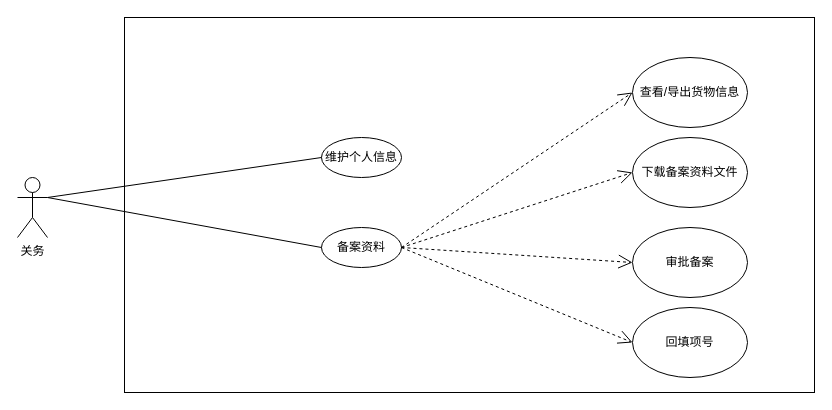
The draw.io diagram page "关务用例图" (10 of 28) of wbooking docs/进区预约系统.drawio in sxc-one/e-conitl, before the edit. Source tidied: cells renumbered, new cells numbered last; positions are measured from the earlier drawing's top-left corner, leaving out a move shared by most shapes. Both pictures are drawn from the tidied source at 100%, with x=0, y=0 at pixel (17, 17).
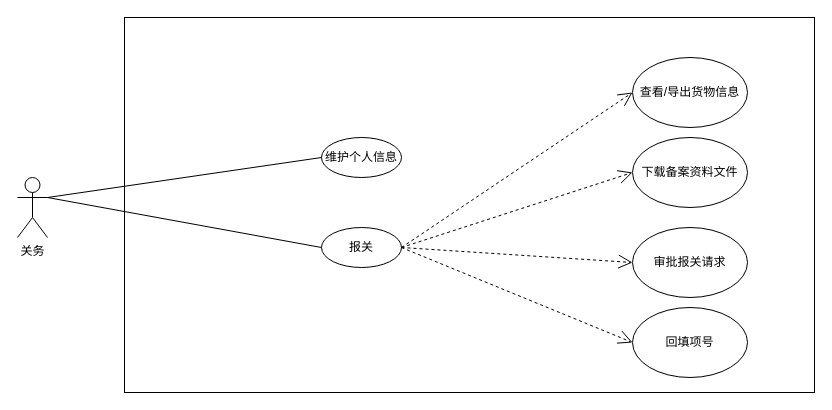
After the change.

What changed in the source:
```diff
@@
 <mxGraphModel>
   <root>
     <mxCell id="0" />
     <mxCell id="1" parent="0" />
     <mxCell id="2" style="html=1;" parent="1" vertex="1">
       <mxGeometry x="107" width="690" height="375" as="geometry" />
     </mxCell>
     <mxCell id="3" value="关务" style="shape=umlActor;verticalLabelPosition=bottom;verticalAlign=top;html=1;" parent="1" vertex="1">
       <mxGeometry y="160" width="30" height="60" as="geometry" />
     </mxCell>
-    <mxCell id="4" value="备案资料" style="ellipse;whiteSpace=wrap;html=1;" parent="1" vertex="1">
+    <mxCell id="4" value="报关" style="ellipse;whiteSpace=wrap;html=1;" parent="1" vertex="1">
       <mxGeometry x="304" y="210" width="80" height="40" as="geometry" />
     </mxCell>
     <mxCell id="5" value="维护个人信息" style="ellipse;whiteSpace=wrap;html=1;" parent="1" vertex="1">
       <mxGeometry x="304" y="120" width="80" height="40" as="geometry" />
     </mxCell>
     <mxCell id="6" value="下载备案资料文件" style="ellipse;whiteSpace=wrap;html=1;" parent="1" vertex="1">
       <mxGeometry x="615" y="120" width="115" height="70" as="geometry" />
     </mxCell>
     <mxCell id="7" style="endArrow=none;html=1;rounded=0;elbow=vertical;entryX=0;entryY=0.5;entryDx=0;entryDy=0;exitX=1;exitY=0.3333333333333333;exitDx=0;exitDy=0;exitPerimeter=0;" parent="1" edge="1" source="3" target="5">
       <mxGeometry relative="1" as="geometry" />
     </mxCell>
     <mxCell id="8" style="endArrow=none;html=1;rounded=0;elbow=vertical;entryX=0;entryY=0.5;entryDx=0;entryDy=0;exitX=1;exitY=0.3333333333333333;exitDx=0;exitDy=0;exitPerimeter=0;" parent="1" edge="1" source="3" target="4">
       <mxGeometry relative="1" as="geometry" />
     </mxCell>
     <mxCell id="9" style="endArrow=open;endSize=12;dashed=1;html=1;rounded=0;elbow=vertical;entryX=0;entryY=0.5;entryDx=0;entryDy=0;exitX=1;exitY=0.5;exitDx=0;exitDy=0;" parent="1" edge="1" source="4" target="6">
       <mxGeometry relative="1" as="geometry" />
     </mxCell>
     <mxCell id="10" value="查看/导出货物信息" style="ellipse;whiteSpace=wrap;html=1;" parent="1" vertex="1">
       <mxGeometry x="615" y="40" width="115" height="70" as="geometry" />
     </mxCell>
     <mxCell id="11" style="endArrow=open;endSize=12;dashed=1;html=1;rounded=0;elbow=vertical;entryX=0;entryY=0.5;entryDx=0;entryDy=0;exitX=1;exitY=0.5;exitDx=0;exitDy=0;" parent="1" edge="1" source="4" target="10">
       <mxGeometry relative="1" as="geometry" />
     </mxCell>
-    <mxCell id="12" value="审批备案" style="ellipse;whiteSpace=wrap;html=1;" parent="1" vertex="1">
+    <mxCell id="12" value="审批报关请求" style="ellipse;whiteSpace=wrap;html=1;" parent="1" vertex="1">
       <mxGeometry x="615" y="210" width="115" height="70" as="geometry" />
     </mxCell>
     <mxCell id="13" style="endArrow=open;endSize=12;dashed=1;html=1;rounded=0;elbow=vertical;entryX=0;entryY=0.5;entryDx=0;entryDy=0;exitX=1;exitY=0.5;exitDx=0;exitDy=0;" parent="1" edge="1" source="4" target="12">
       <mxGeometry relative="1" as="geometry" />
     </mxCell>
     <mxCell id="14" value="回填项号" style="ellipse;whiteSpace=wrap;html=1;" parent="1" vertex="1">
       <mxGeometry x="615" y="290" width="115" height="70" as="geometry" />
     </mxCell>
     <mxCell id="15" style="endArrow=open;endSize=12;dashed=1;html=1;rounded=0;elbow=vertical;entryX=0;entryY=0.5;entryDx=0;entryDy=0;exitX=1;exitY=0.5;exitDx=0;exitDy=0;" parent="1" edge="1" source="4" target="14">
       <mxGeometry relative="1" as="geometry" />
     </mxCell>
   </root>
 </mxGraphModel>
```
